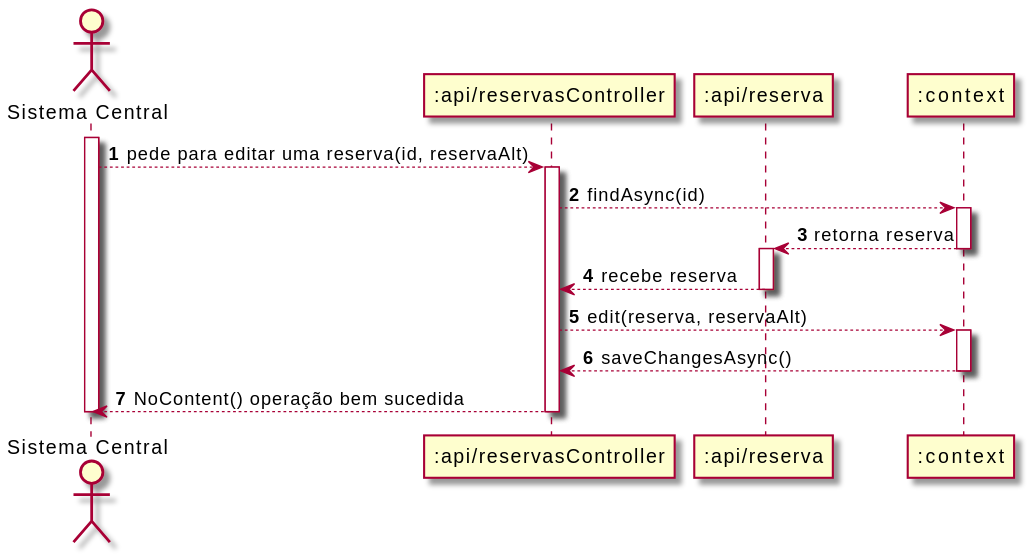
This is Documentos/Sprint2/UC4/sduc4.svg from UPskillDOTNET/Jakim-das-Coives-S.A., a PlantUML export, as it was before one commit. Its diagram source:
```plantuml
@startuml
autonumber
actor "Sistema Central" as SC
participant ":api/reservasController" as RC
participant ":api/reserva" as R
participant ":context" as C

activate SC
SC --> RC : pede para editar uma reserva(id, reservaAlt)
activate RC

RC --> C : findAsync(id)
activate C


C --> R : retorna reserva
deactivate C
activate R


R --> RC : recebe reserva
deactivate R

RC --> C : edit(reserva, reservaAlt)
activate C

C --> RC : saveChangesAsync()
deactivate C

RC --> SC: NoContent() operação bem sucedida
deactivate RC
deactivate SC
@enduml
```
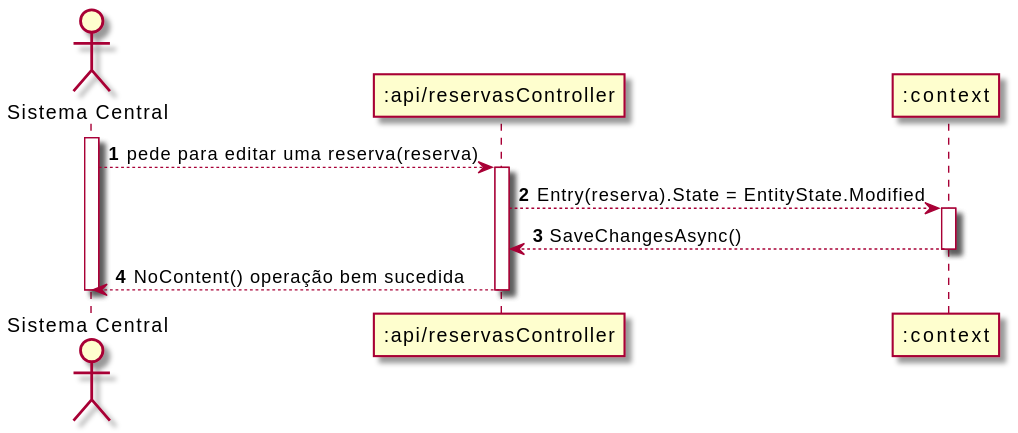
Later version of the same file.

The edit, as a diff of the source:
```diff
@@ -1,33 +1,20 @@
 @startuml
 autonumber
-actor "Sistema Central" as SC
-participant ":api/reservasController" as RC
-participant ":api/reserva" as R
-participant ":context" as C
+    actor "Sistema Central" as SC
+    participant ":api/reservasController" as RC
+    participant ":context" as C
 
-activate SC
-SC --> RC : pede para editar uma reserva(id, reservaAlt)
-activate RC
+    activate SC
+    SC --> RC : pede para editar uma reserva(reserva)
+    activate RC
 
-RC --> C : findAsync(id)
-activate C
+    RC --> C : Entry(reserva).State = EntityState.Modified
+    activate C
 
+    C --> RC : SaveChangesAsync()
+    deactivate C
 
-C --> R : retorna reserva
-deactivate C
-activate R
-
-
-R --> RC : recebe reserva
-deactivate R
-
-RC --> C : edit(reserva, reservaAlt)
-activate C
-
-C --> RC : saveChangesAsync()
-deactivate C
-
-RC --> SC: NoContent() operação bem sucedida
-deactivate RC
-deactivate SC
+    RC --> SC: NoContent() operação bem sucedida
+    deactivate RC
+    deactivate SC
 @enduml
```
